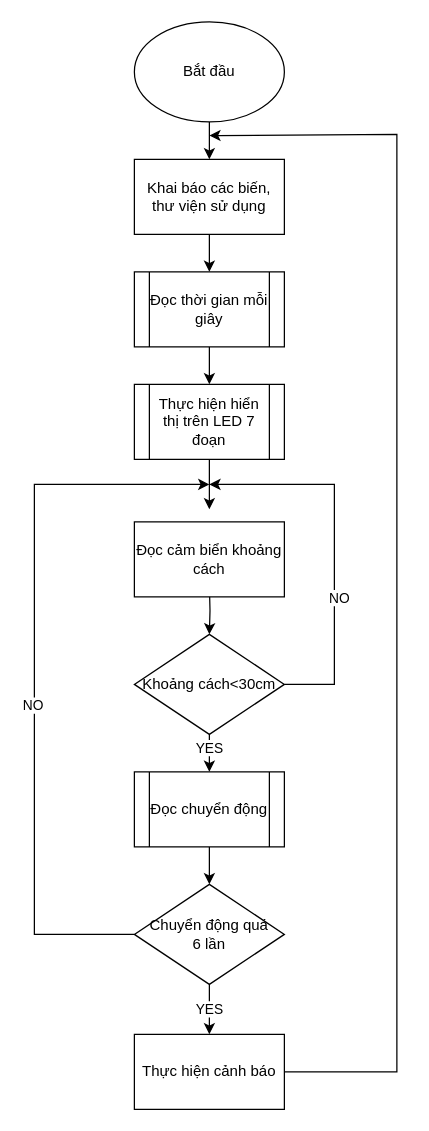
Earlier version of the draw.io diagram Lưu đồ chung.drawio (ngxziet/doan1). Source tidied: cells renumbered, new cells numbered last; positions are measured from the earlier drawing's top-left corner, leaving out a move shared by most shapes. Both pictures are drawn from the tidied source at 125%, with x=0, y=0 at pixel (34, 21).
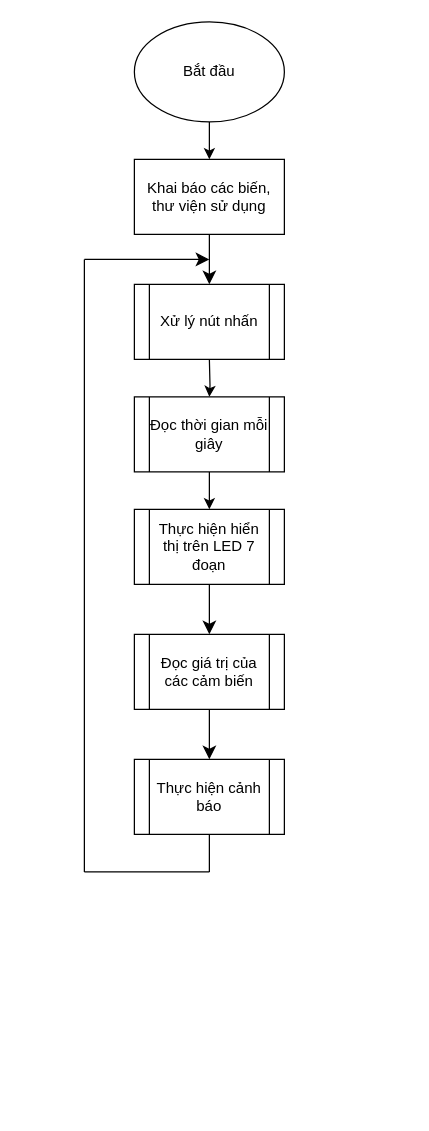
The same diagram, later.

Commit message:
Cập nhật Lưu đồ chung.drawio

The change refers to these unchanged cells:
```xml
<mxCell id="5" value="Khai báo các biến, thư viện sử dụng" style="rounded=0;whiteSpace=wrap;html=1;" parent="1" vertex="1">
  <mxGeometry x="80" y="110" width="120" height="60" as="geometry" />
</mxCell>
```

What changed in the source:
```diff
@@
-    <mxCell id="4" style="edgeStyle=orthogonalEdgeStyle;rounded=0;jettySize=auto;html=1;" parent="1" edge="1" source="5" target="7">
-      <mxGeometry relative="1" as="geometry" />
+    <mxCell id="4" style="edgeStyle=orthogonalEdgeStyle;rounded=0;jettySize=auto;html=1;" parent="1" edge="1" target="7">
+      <mxGeometry relative="1" as="geometry">
+        <mxPoint x="140" y="270" as="sourcePoint" />
+      </mxGeometry>
     </mxCell>
+    <mxCell id="25" style="edgeStyle=none;curved=1;rounded=0;jettySize=auto;html=1;fontSize=12;startSize=8;endSize=8;" parent="1" edge="1" source="5" target="27">
+      <mxGeometry relative="1" as="geometry" />
+    </mxCell>
@@
     <mxCell id="7" value="Đọc thời gian mỗi giây" style="shape=process;whiteSpace=wrap;html=1;backgroundOutline=1;" parent="1" vertex="1">
-      <mxGeometry x="80" y="200" width="120" height="60" as="geometry" />
+      <mxGeometry x="80" y="300" width="120" height="60" as="geometry" />
     </mxCell>
-    <mxCell id="8" style="edgeStyle=orthogonalEdgeStyle;rounded=0;jettySize=auto;html=1;" parent="1" edge="1" target="11">
-      <mxGeometry relative="1" as="geometry">
-        <mxPoint x="140" y="450" as="sourcePoint" />
-      </mxGeometry>
-    </mxCell>
-    <mxCell id="9" style="edgeStyle=orthogonalEdgeStyle;rounded=0;jettySize=auto;html=1;" parent="1" edge="1" source="11" target="13">
-      <mxGeometry relative="1" as="geometry" />
-    </mxCell>
-    <mxCell id="10" value="YES" style="edgeLabel;html=1;align=center;verticalAlign=middle;" parent="9" vertex="1">
-      <mxGeometry x="0.2" y="-1" relative="1" as="geometry" />
-    </mxCell>
-    <mxCell id="11" value="Khoảng cách&amp;lt;30cm" style="rhombus;whiteSpace=wrap;html=1;" parent="1" vertex="1">
-      <mxGeometry x="80" y="490" width="120" height="80" as="geometry" />
-    </mxCell>
-    <mxCell id="12" style="edgeStyle=orthogonalEdgeStyle;rounded=0;jettySize=auto;html=1;" parent="1" edge="1" source="13" target="15">
-      <mxGeometry relative="1" as="geometry" />
-    </mxCell>
-    <mxCell id="13" value="Đọc chuyển động" style="shape=process;whiteSpace=wrap;html=1;backgroundOutline=1;" parent="1" vertex="1">
-      <mxGeometry x="80" y="600" width="120" height="60" as="geometry" />
-    </mxCell>
-    <mxCell id="14" value="YES" style="edgeStyle=orthogonalEdgeStyle;rounded=0;jettySize=auto;html=1;" parent="1" edge="1" source="15" target="16">
-      <mxGeometry relative="1" as="geometry" />
-    </mxCell>
-    <mxCell id="15" value="Chuyển động quá&lt;br&gt;6 lần" style="rhombus;whiteSpace=wrap;html=1;" parent="1" vertex="1">
-      <mxGeometry x="80" y="690" width="120" height="80" as="geometry" />
-    </mxCell>
+    <mxCell id="26" style="edgeStyle=none;curved=1;rounded=0;jettySize=auto;html=1;fontSize=12;startSize=8;endSize=8;" parent="1" edge="1" source="18" target="29">
+      <mxGeometry relative="1" as="geometry" />
+    </mxCell>
+    <mxCell id="18" value="Thực hiện hiển thị trên LED 7 đoạn" style="shape=process;whiteSpace=wrap;html=1;backgroundOutline=1;" parent="1" vertex="1">
+      <mxGeometry x="80" y="390" width="120" height="60" as="geometry" />
+    </mxCell>
+    <mxCell id="27" value="Xử lý nút nhấn" style="shape=process;whiteSpace=wrap;html=1;backgroundOutline=1;" parent="1" vertex="1">
+      <mxGeometry x="80" y="210" width="120" height="60" as="geometry" />
+    </mxCell>
+    <mxCell id="28" style="edgeStyle=none;curved=1;rounded=0;jettySize=auto;html=1;fontSize=12;startSize=8;endSize=8;" parent="1" edge="1" source="29" target="16">
+      <mxGeometry relative="1" as="geometry" />
+    </mxCell>
+    <mxCell id="29" value="Đọc giá trị của các cảm biến" style="shape=process;whiteSpace=wrap;html=1;backgroundOutline=1;" parent="1" vertex="1">
+      <mxGeometry x="80" y="490" width="120" height="60" as="geometry" />
+    </mxCell>
-    <mxCell id="16" value="Thực hiện cảnh báo" style="whiteSpace=wrap;html=1;" parent="1" vertex="1">
-      <mxGeometry x="80" y="810" width="120" height="60" as="geometry" />
+    <mxCell id="16" value="Thực hiện cảnh báo" style="shape=process;whiteSpace=wrap;html=1;backgroundOutline=1;" parent="1" vertex="1">
+      <mxGeometry x="80" y="590" width="120" height="60" as="geometry" />
     </mxCell>
-    <mxCell id="17" style="edgeStyle=orthogonalEdgeStyle;rounded=0;jettySize=auto;html=1;" parent="1" edge="1" source="18">
-      <mxGeometry relative="1" as="geometry">
-        <mxPoint x="140" y="390" as="targetPoint" />
-      </mxGeometry>
-    </mxCell>
-    <mxCell id="18" value="Thực hiện hiển thị trên LED 7 đoạn" style="shape=process;whiteSpace=wrap;html=1;backgroundOutline=1;" parent="1" vertex="1">
-      <mxGeometry x="80" y="290" width="120" height="60" as="geometry" />
-    </mxCell>
-    <mxCell id="19" style="endArrow=classic;html=1;rounded=0;exitX=1;exitY=0.5;exitDx=0;exitDy=0;" parent="1" edge="1" source="16">
-      <mxGeometry relative="1" as="geometry">
-        <mxPoint x="140" y="91" as="targetPoint" />
-        <Array as="points">
-          <mxPoint x="250" y="840" />
-          <mxPoint x="290" y="840" />
-          <mxPoint x="290" y="820" />
-          <mxPoint x="290" y="90" />
-        </Array>
-      </mxGeometry>
-    </mxCell>
-    <mxCell id="20" style="endArrow=classic;html=1;rounded=0;exitX=0;exitY=0.5;exitDx=0;exitDy=0;" parent="1" edge="1" source="15">
-      <mxGeometry relative="1" as="geometry">
-        <mxPoint x="140" y="370" as="targetPoint" />
-        <Array as="points">
-          <mxPoint y="730" />
-          <mxPoint y="640" />
-          <mxPoint y="370" />
-        </Array>
-      </mxGeometry>
-    </mxCell>
-    <mxCell id="21" value="NO" style="edgeLabel;html=1;align=center;verticalAlign=middle;" parent="20" vertex="1">
-      <mxGeometry x="-0.09" y="2" relative="1" as="geometry" />
-    </mxCell>
-    <mxCell id="22" style="endArrow=classic;html=1;rounded=0;exitX=1;exitY=0.5;exitDx=0;exitDy=0;" parent="1" edge="1" source="11">
-      <mxGeometry relative="1" as="geometry">
-        <mxPoint x="140" y="370" as="targetPoint" />
-        <Array as="points">
-          <mxPoint x="240" y="530" />
-          <mxPoint x="240" y="370" />
-        </Array>
-      </mxGeometry>
-    </mxCell>
-    <mxCell id="23" value="NO" style="edgeLabel;html=1;align=center;verticalAlign=middle;" parent="22" vertex="1">
-      <mxGeometry x="-0.27" y="-3" relative="1" as="geometry" />
-    </mxCell>
-    <mxCell id="24" value="Đọc cảm biển khoảng cách" style="rounded=0;whiteSpace=wrap;html=1;" parent="1" vertex="1">
-      <mxGeometry x="80" y="400" width="120" height="60" as="geometry" />
-    </mxCell>
+    <mxCell id="30" style="endArrow=none;html=1;rounded=0;fontSize=12;startSize=8;endSize=8;curved=1;" parent="1" edge="1">
+      <mxGeometry relative="1" as="geometry">
+        <mxPoint x="40" y="680" as="sourcePoint" />
+        <mxPoint x="40" y="190" as="targetPoint" />
+      </mxGeometry>
+    </mxCell>
+    <mxCell id="31" style="endArrow=classic;html=1;rounded=0;fontSize=12;startSize=8;endSize=8;curved=1;" parent="1" edge="1">
+      <mxGeometry relative="1" as="geometry">
+        <mxPoint x="40" y="190" as="sourcePoint" />
+        <mxPoint x="140" y="190" as="targetPoint" />
+      </mxGeometry>
+    </mxCell>
+    <mxCell id="32" style="endArrow=none;html=1;rounded=0;fontSize=12;startSize=8;endSize=8;curved=1;" parent="1" edge="1">
+      <mxGeometry relative="1" as="geometry">
+        <mxPoint x="40" y="680" as="sourcePoint" />
+        <mxPoint x="140" y="680" as="targetPoint" />
+      </mxGeometry>
+    </mxCell>
+    <mxCell id="33" style="endArrow=none;html=1;rounded=0;fontSize=12;startSize=8;endSize=8;curved=1;entryX=0.5;entryY=1;entryDx=0;entryDy=0;" parent="1" edge="1" target="16">
+      <mxGeometry relative="1" as="geometry">
+        <mxPoint x="140" y="680" as="sourcePoint" />
+      </mxGeometry>
+    </mxCell>
```
